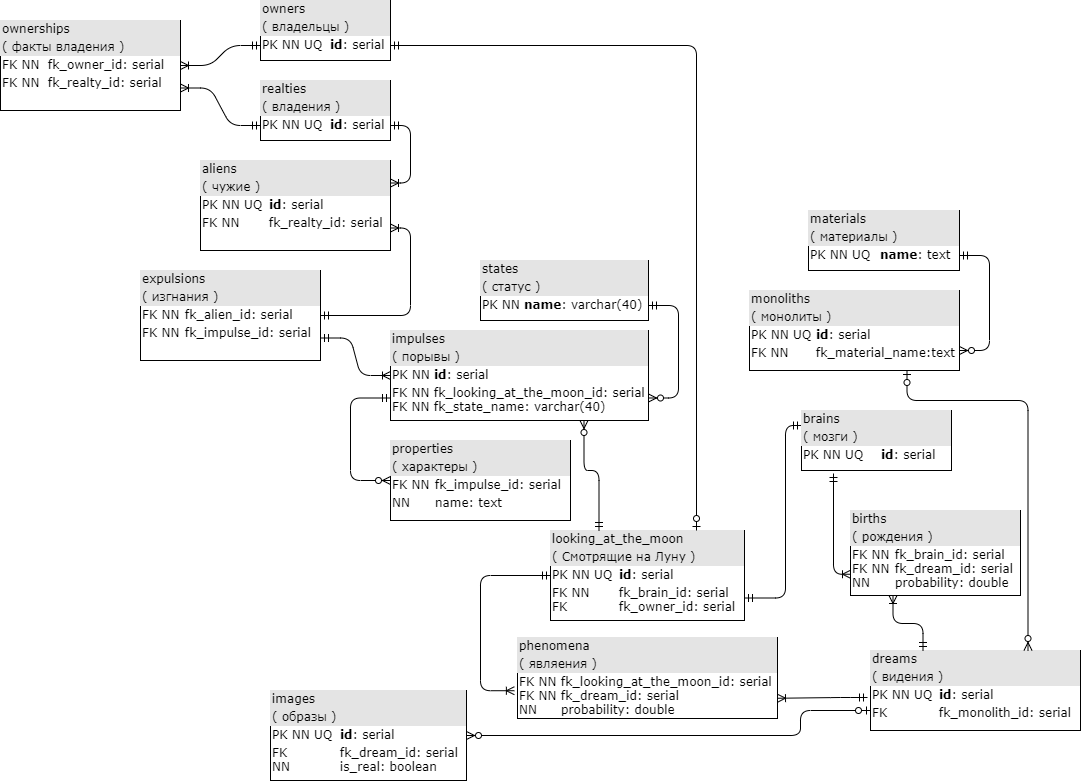
Earlier version of the draw.io export datalogic-model.png (comeillfoo/info-systems-n-db-1). Source tidied: cells renumbered, new cells last; positions are measured from the earlier drawing's top-left corner, leaving out a move shared by most shapes.
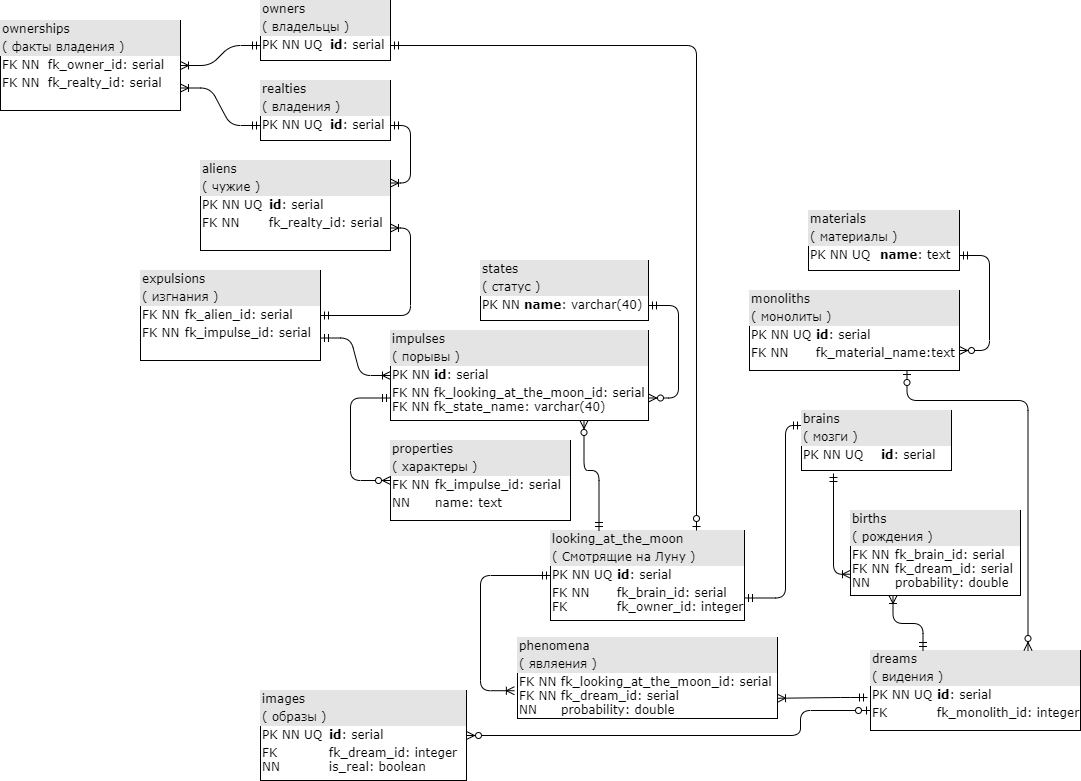
Above is the later version.

What changed in the source:
```diff
@@ -36,7 +36,7 @@
         </Array>
       </mxGeometry>
     </mxCell>
-    <mxCell id="10" value="&lt;div style=&quot;box-sizing: border-box ; width: 100% ; background: #e4e4e4 ; padding: 2px&quot;&gt;looking_at_the_moon&lt;/div&gt;&lt;div style=&quot;box-sizing: border-box ; width: 100% ; background: #e4e4e4 ; padding: 2px&quot;&gt;( Смотрящие на Луну )&lt;/div&gt;&lt;table style=&quot;width: 100% ; font-size: 1em&quot; cellpadding=&quot;2&quot; cellspacing=&quot;0&quot;&gt;&lt;tbody&gt;&lt;tr&gt;&lt;td&gt;PK NN UQ&lt;/td&gt;&lt;td&gt;&lt;b&gt;id&lt;/b&gt;: serial&lt;/td&gt;&lt;/tr&gt;&lt;tr&gt;&lt;td&gt;FK NN&lt;br&gt;FK&lt;/td&gt;&lt;td&gt;fk_brain_id: serial&lt;br&gt;fk_owner_id: serial&lt;/td&gt;&lt;/tr&gt;&lt;/tbody&gt;&lt;/table&gt;" style="verticalAlign=top;align=left;overflow=fill;html=1;rounded=0;shadow=0;comic=0;labelBackgroundColor=none;strokeWidth=1;fontFamily=Verdana;fontSize=12;" parent="1" vertex="1">
+    <mxCell id="10" value="&lt;div style=&quot;box-sizing: border-box ; width: 100% ; background: #e4e4e4 ; padding: 2px&quot;&gt;looking_at_the_moon&lt;/div&gt;&lt;div style=&quot;box-sizing: border-box ; width: 100% ; background: #e4e4e4 ; padding: 2px&quot;&gt;( Смотрящие на Луну )&lt;/div&gt;&lt;table style=&quot;width: 100% ; font-size: 1em&quot; cellpadding=&quot;2&quot; cellspacing=&quot;0&quot;&gt;&lt;tbody&gt;&lt;tr&gt;&lt;td&gt;PK NN UQ&lt;/td&gt;&lt;td&gt;&lt;b&gt;id&lt;/b&gt;: serial&lt;/td&gt;&lt;/tr&gt;&lt;tr&gt;&lt;td&gt;FK NN&lt;br&gt;FK&lt;/td&gt;&lt;td&gt;fk_brain_id: serial&lt;br&gt;fk_owner_id: integer&lt;/td&gt;&lt;/tr&gt;&lt;/tbody&gt;&lt;/table&gt;" style="verticalAlign=top;align=left;overflow=fill;html=1;rounded=0;shadow=0;comic=0;labelBackgroundColor=none;strokeWidth=1;fontFamily=Verdana;fontSize=12;" parent="1" vertex="1">
       <mxGeometry x="550" y="530" width="194" height="90" as="geometry" />
     </mxCell>
     <mxCell id="11" style="edgeStyle=elbowEdgeStyle;fontSize=12;html=1;endArrow=ERzeroToOne;startArrow=ERmandOne;entryX=0.75;entryY=0;entryDx=0;entryDy=0;exitX=1;exitY=0.75;exitDx=0;exitDy=0;" parent="1" edge="1" source="2" target="10">
@@ -58,11 +58,11 @@
     <mxCell id="13" value="&lt;div style=&quot;box-sizing: border-box ; width: 100% ; background: #e4e4e4 ; padding: 2px&quot;&gt;brains&lt;/div&gt;&lt;div style=&quot;box-sizing: border-box ; width: 100% ; background: #e4e4e4 ; padding: 2px&quot;&gt;( мозги )&lt;/div&gt;&lt;table style=&quot;width: 100% ; font-size: 1em&quot; cellpadding=&quot;2&quot; cellspacing=&quot;0&quot;&gt;&lt;tbody&gt;&lt;tr&gt;&lt;td&gt;PK NN UQ&lt;/td&gt;&lt;td&gt;&lt;b&gt;id&lt;/b&gt;: serial&lt;/td&gt;&lt;/tr&gt;&lt;tr&gt;&lt;td&gt;&lt;br&gt;&lt;/td&gt;&lt;td&gt;&lt;br&gt;&lt;/td&gt;&lt;/tr&gt;&lt;/tbody&gt;&lt;/table&gt;" style="verticalAlign=top;align=left;overflow=fill;html=1;rounded=0;shadow=0;comic=0;labelBackgroundColor=none;strokeWidth=1;fontFamily=Verdana;fontSize=12;" parent="1" vertex="1">
       <mxGeometry x="801" y="410" width="150" height="60" as="geometry" />
     </mxCell>
-    <mxCell id="14" value="&lt;div style=&quot;box-sizing: border-box ; width: 100% ; background: #e4e4e4 ; padding: 2px&quot;&gt;dreams&lt;/div&gt;&lt;div style=&quot;box-sizing: border-box ; width: 100% ; background: #e4e4e4 ; padding: 2px&quot;&gt;( видения )&lt;/div&gt;&lt;table style=&quot;width: 100% ; font-size: 1em&quot; cellpadding=&quot;2&quot; cellspacing=&quot;0&quot;&gt;&lt;tbody&gt;&lt;tr&gt;&lt;td&gt;PK NN UQ&lt;/td&gt;&lt;td&gt;&lt;b&gt;id&lt;/b&gt;: serial&lt;/td&gt;&lt;/tr&gt;&lt;tr&gt;&lt;td&gt;FK&lt;br&gt;&lt;/td&gt;&lt;td&gt;fk_monolith_id: serial&lt;/td&gt;&lt;/tr&gt;&lt;/tbody&gt;&lt;/table&gt;" style="verticalAlign=top;align=left;overflow=fill;html=1;rounded=0;shadow=0;comic=0;labelBackgroundColor=none;strokeWidth=1;fontFamily=Verdana;fontSize=12;" parent="1" vertex="1">
+    <mxCell id="14" value="&lt;div style=&quot;box-sizing: border-box ; width: 100% ; background: #e4e4e4 ; padding: 2px&quot;&gt;dreams&lt;/div&gt;&lt;div style=&quot;box-sizing: border-box ; width: 100% ; background: #e4e4e4 ; padding: 2px&quot;&gt;( видения )&lt;/div&gt;&lt;table style=&quot;width: 100% ; font-size: 1em&quot; cellpadding=&quot;2&quot; cellspacing=&quot;0&quot;&gt;&lt;tbody&gt;&lt;tr&gt;&lt;td&gt;PK NN UQ&lt;/td&gt;&lt;td&gt;&lt;b&gt;id&lt;/b&gt;: serial&lt;/td&gt;&lt;/tr&gt;&lt;tr&gt;&lt;td&gt;FK&lt;br&gt;&lt;/td&gt;&lt;td&gt;fk_monolith_id: integer&lt;/td&gt;&lt;/tr&gt;&lt;/tbody&gt;&lt;/table&gt;" style="verticalAlign=top;align=left;overflow=fill;html=1;rounded=0;shadow=0;comic=0;labelBackgroundColor=none;strokeWidth=1;fontFamily=Verdana;fontSize=12;" parent="1" vertex="1">
       <mxGeometry x="870" y="650" width="210" height="80" as="geometry" />
     </mxCell>
-    <mxCell id="15" value="&lt;div style=&quot;box-sizing: border-box ; width: 100% ; background: #e4e4e4 ; padding: 2px&quot;&gt;images&lt;/div&gt;&lt;div style=&quot;box-sizing: border-box ; width: 100% ; background: #e4e4e4 ; padding: 2px&quot;&gt;( образы )&lt;/div&gt;&lt;table style=&quot;width: 100% ; font-size: 1em&quot; cellpadding=&quot;2&quot; cellspacing=&quot;0&quot;&gt;&lt;tbody&gt;&lt;tr&gt;&lt;td&gt;PK NN UQ&lt;/td&gt;&lt;td&gt;&lt;b&gt;id&lt;/b&gt;: serial&lt;/td&gt;&lt;/tr&gt;&lt;tr&gt;&lt;td&gt;FK&lt;br&gt;NN&lt;/td&gt;&lt;td&gt;fk_dream_id: serial&lt;br&gt;is_real: boolean&lt;/td&gt;&lt;/tr&gt;&lt;/tbody&gt;&lt;/table&gt;" style="verticalAlign=top;align=left;overflow=fill;html=1;rounded=0;shadow=0;comic=0;labelBackgroundColor=none;strokeWidth=1;fontFamily=Verdana;fontSize=12;" parent="1" vertex="1">
-      <mxGeometry x="270" y="690" width="196" height="90" as="geometry" />
+    <mxCell id="15" value="&lt;div style=&quot;box-sizing: border-box ; width: 100% ; background: #e4e4e4 ; padding: 2px&quot;&gt;images&lt;/div&gt;&lt;div style=&quot;box-sizing: border-box ; width: 100% ; background: #e4e4e4 ; padding: 2px&quot;&gt;( образы )&lt;/div&gt;&lt;table style=&quot;width: 100% ; font-size: 1em&quot; cellpadding=&quot;2&quot; cellspacing=&quot;0&quot;&gt;&lt;tbody&gt;&lt;tr&gt;&lt;td&gt;PK NN UQ&lt;/td&gt;&lt;td&gt;&lt;b&gt;id&lt;/b&gt;: serial&lt;/td&gt;&lt;/tr&gt;&lt;tr&gt;&lt;td&gt;FK&lt;br&gt;NN&lt;/td&gt;&lt;td&gt;fk_dream_id: integer&lt;br&gt;is_real: boolean&lt;/td&gt;&lt;/tr&gt;&lt;/tbody&gt;&lt;/table&gt;" style="verticalAlign=top;align=left;overflow=fill;html=1;rounded=0;shadow=0;comic=0;labelBackgroundColor=none;strokeWidth=1;fontFamily=Verdana;fontSize=12;" parent="1" vertex="1">
+      <mxGeometry x="260" y="690" width="206" height="90" as="geometry" />
     </mxCell>
     <mxCell id="16" value="&lt;div style=&quot;box-sizing: border-box ; width: 100% ; background: #e4e4e4 ; padding: 2px&quot;&gt;monoliths&lt;/div&gt;&lt;div style=&quot;box-sizing: border-box ; width: 100% ; background: #e4e4e4 ; padding: 2px&quot;&gt;( монолиты )&lt;/div&gt;&lt;table style=&quot;width: 100% ; font-size: 1em&quot; cellpadding=&quot;2&quot; cellspacing=&quot;0&quot;&gt;&lt;tbody&gt;&lt;tr&gt;&lt;td&gt;PK NN UQ&lt;/td&gt;&lt;td&gt;&lt;b&gt;id&lt;/b&gt;: serial&lt;/td&gt;&lt;/tr&gt;&lt;tr&gt;&lt;td&gt;FK NN&lt;br&gt;&lt;/td&gt;&lt;td&gt;fk_material_name:text&lt;/td&gt;&lt;/tr&gt;&lt;/tbody&gt;&lt;/table&gt;" style="verticalAlign=top;align=left;overflow=fill;html=1;rounded=0;shadow=0;comic=0;labelBackgroundColor=none;strokeWidth=1;fontFamily=Verdana;fontSize=12;" parent="1" vertex="1">
       <mxGeometry x="749" y="290" width="210" height="80" as="geometry" />
```
